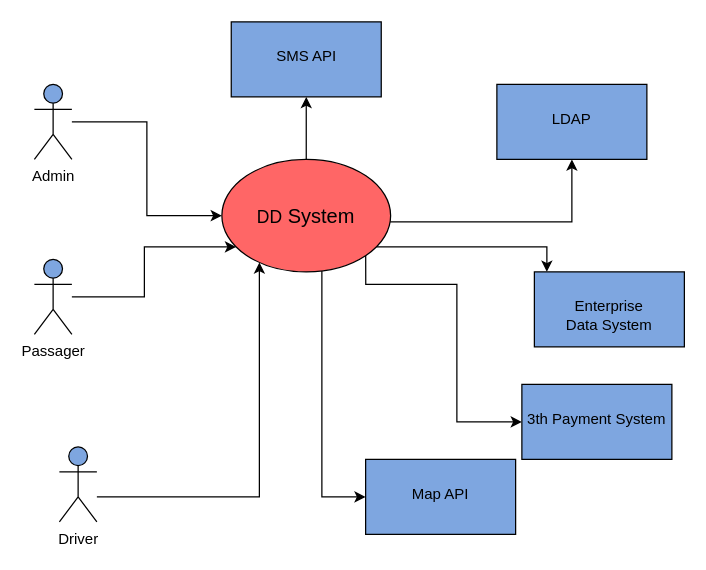
Above: page "System Context" (1 of 5) of DD_Logical_Arch_overview.drawio in JackZhao2517/drawio_folder (draw.io), before the change. Source tidied: cells renumbered, new cells numbered last; positions are measured from the earlier drawing's top-left corner, leaving out a move shared by most shapes. Both pictures are drawn from the tidied source at 125%, with x=0, y=0 at pixel (34, 21).
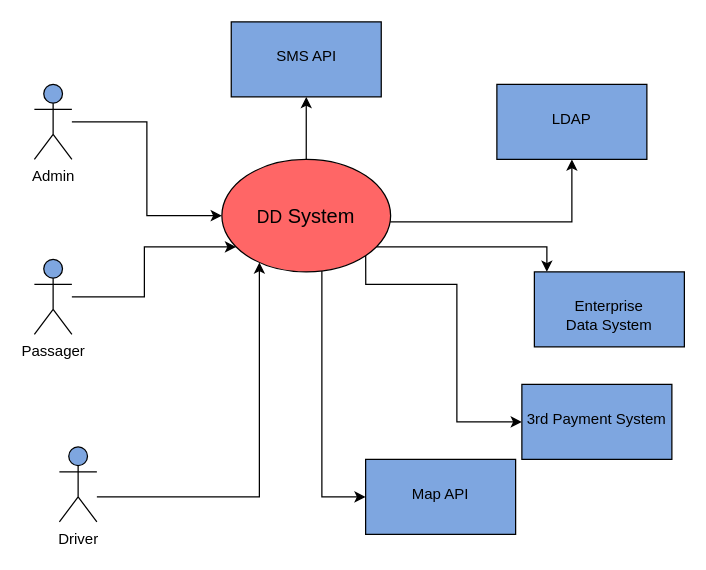
After the change.

The edit, as a diff of the source:
```diff
@@
-    <mxCell id="18" value="&lt;div&gt;&lt;br&gt;&lt;/div&gt;&lt;div&gt;3th Payment System&lt;/div&gt;" style="whiteSpace=wrap;html=1;verticalAlign=top;fillColor=#7EA6E0;" parent="1" vertex="1">
+    <mxCell id="18" value="&lt;div&gt;&lt;br&gt;&lt;/div&gt;&lt;div&gt;3rd Payment System&lt;/div&gt;" style="whiteSpace=wrap;html=1;verticalAlign=top;fillColor=#7EA6E0;" parent="1" vertex="1">
       <mxGeometry x="390" y="290" width="120" height="60" as="geometry" />
     </mxCell>
```
